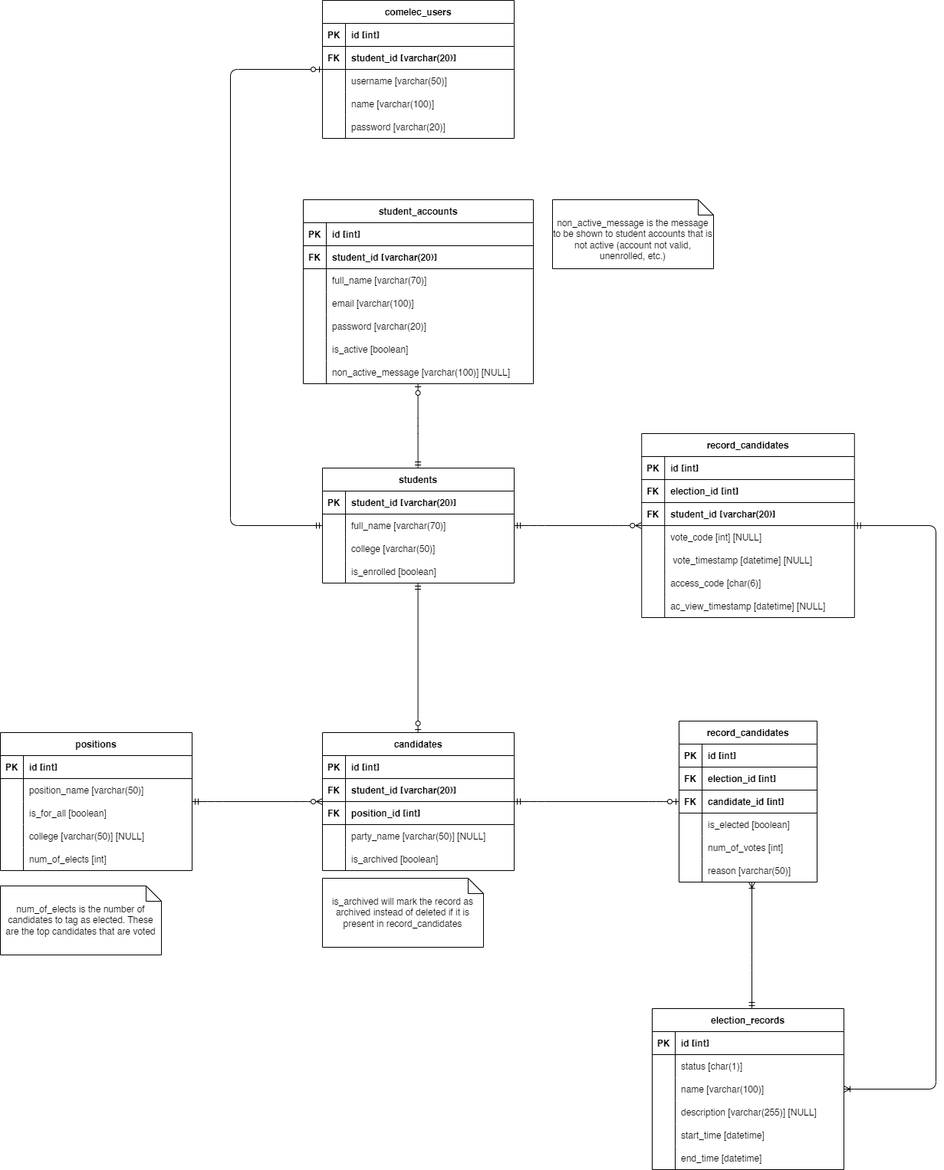
The draw.io diagram schema.drawio.png in NateCross/comelec-system, before a commit. Source tidied: cells renumbered, new cells last; positions are measured from the earlier drawing's top-left corner, leaving out a move shared by most shapes.
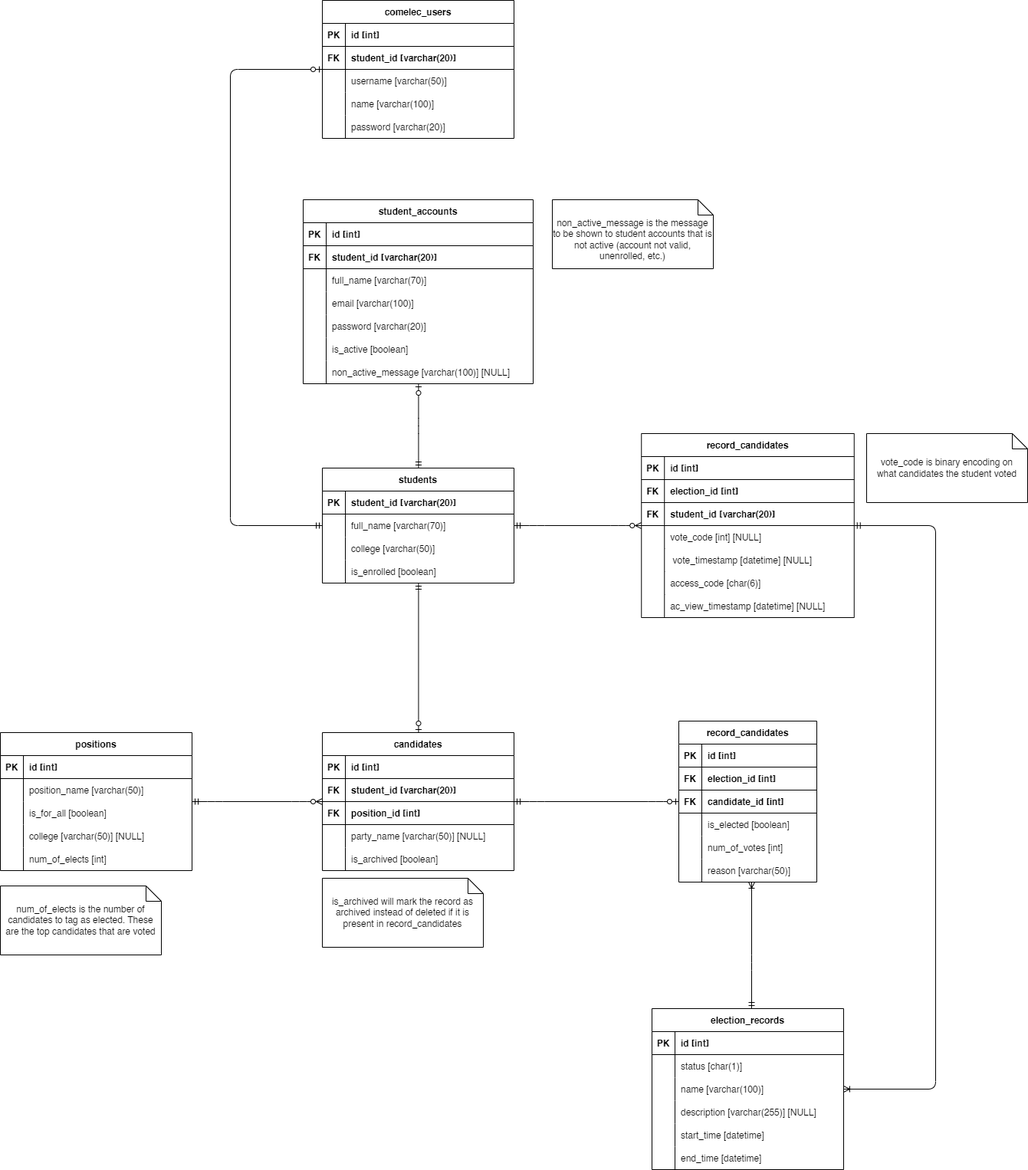
The same file after the commit.

The edit, as a diff of the source:
```diff
@@ -477,5 +477,8 @@
     <mxCell id="155" value="&lt;br&gt;non_active_message is the message to be shown to student accounts that is not active (account not valid, unenrolled, etc.)" style="shape=note;size=20;whiteSpace=wrap;html=1;" parent="1" vertex="1">
       <mxGeometry x="720" y="260" width="210" height="90" as="geometry" />
     </mxCell>
+    <mxCell id="156" value="vote_code is binary encoding on&lt;br&gt;what candidates the student voted" style="shape=note;size=20;whiteSpace=wrap;html=1;" parent="1" vertex="1">
+      <mxGeometry x="1130" y="565" width="210" height="90" as="geometry" />
+    </mxCell>
   </root>
 </mxGraphModel>
```
